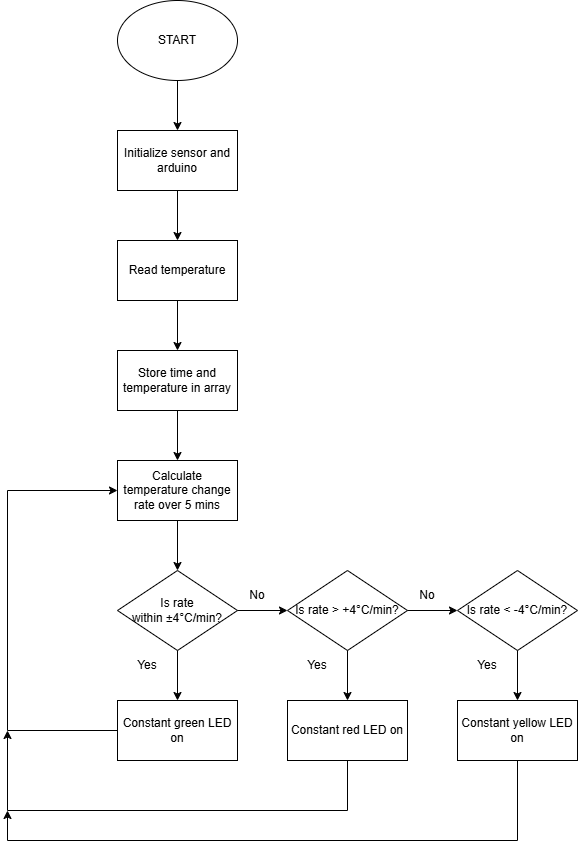
Before: Flowchart Task 3.drawio.png, a diagram exported from draw.io (niyioyedeji12/MATLABCW2). Source tidied: cells renumbered, new cells last; positions are measured from the earlier drawing's top-left corner, leaving out a move shared by most shapes.
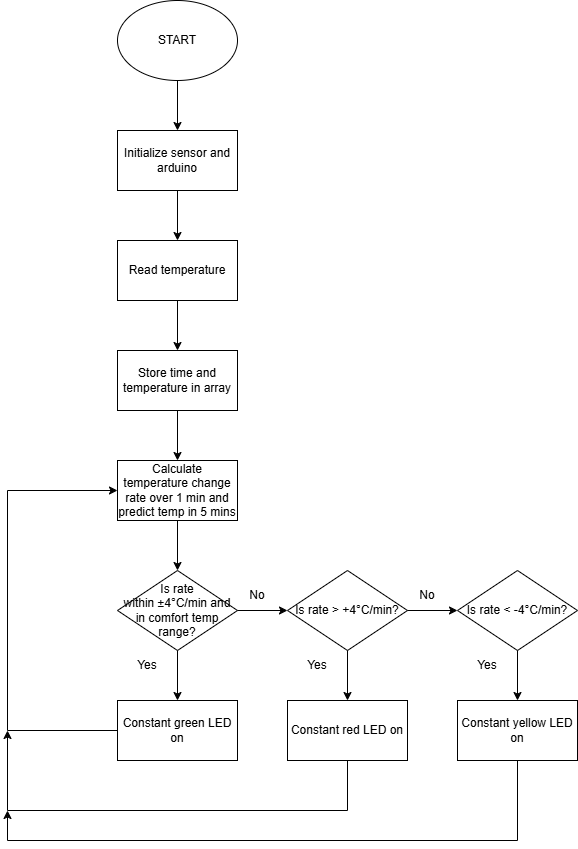
Later version of the same file.

Diff of the diagram source:
```diff
@@ -34,7 +34,7 @@
         <mxPoint x="170" y="460" as="targetPoint" />
       </mxGeometry>
     </mxCell>
-    <mxCell id="10" value="Calculate temperature change rate over 5 mins" style="rounded=0;whiteSpace=wrap;html=1;" parent="1" vertex="1">
+    <mxCell id="10" value="Calculate temperature change rate over 1 min and predict temp in 5 mins" style="rounded=0;whiteSpace=wrap;html=1;" parent="1" vertex="1">
       <mxGeometry x="110" y="460" width="120" height="60" as="geometry" />
     </mxCell>
     <mxCell id="11" style="endArrow=classic;html=1;rounded=0;exitX=0.5;exitY=1;exitDx=0;exitDy=0;" parent="1" edge="1" source="10">
@@ -42,7 +42,7 @@
         <mxPoint x="170" y="570" as="targetPoint" />
       </mxGeometry>
     </mxCell>
-    <mxCell id="12" value="Is rate within&amp;nbsp;±4°C/min?" style="rhombus;whiteSpace=wrap;html=1;" parent="1" vertex="1">
+    <mxCell id="12" value="Is rate within&amp;nbsp;±4°C/min and in comfort temp range?" style="rhombus;whiteSpace=wrap;html=1;" parent="1" vertex="1">
       <mxGeometry x="110" y="570" width="120" height="80" as="geometry" />
     </mxCell>
     <mxCell id="13" style="endArrow=classic;html=1;rounded=0;exitX=1;exitY=0.5;exitDx=0;exitDy=0;" parent="1" edge="1" source="12">
```
